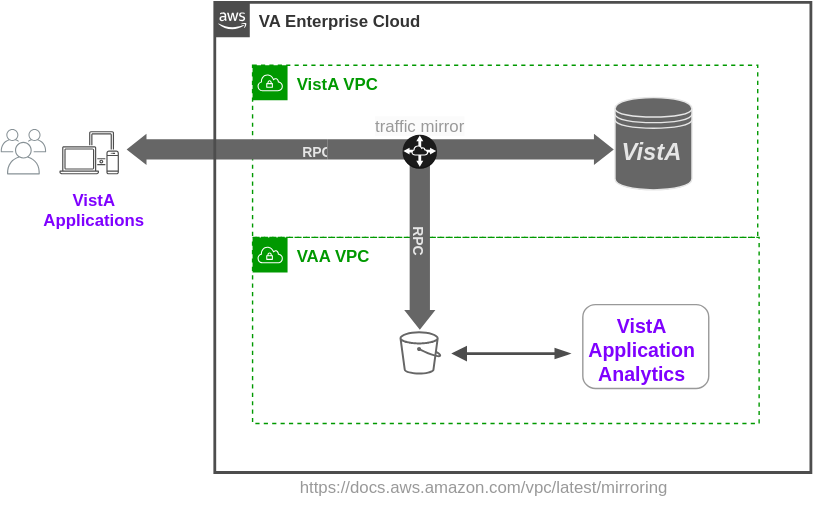
Earlier version of the draw.io export vam.svg (cloudvista/vaa). Source tidied: cells renumbered, new cells last; positions are measured from the earlier drawing's top-left corner, leaving out a move shared by most shapes.
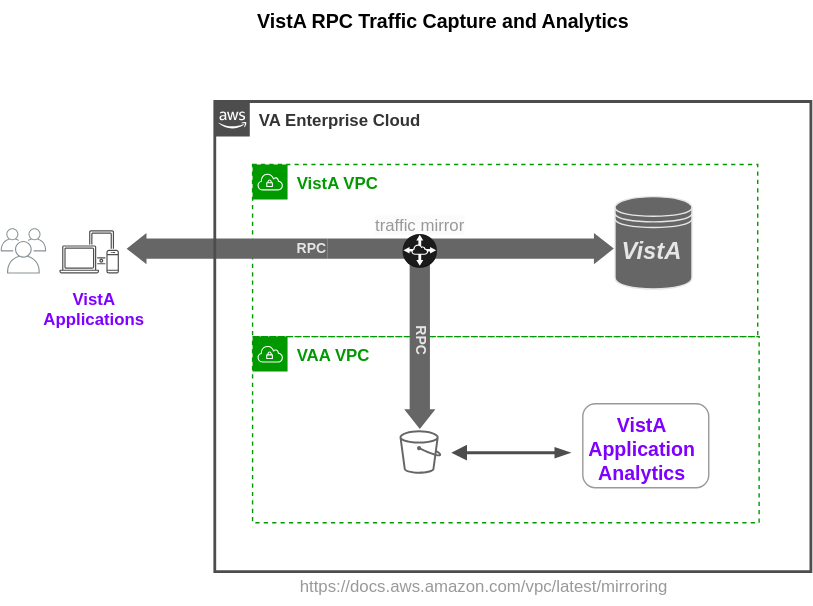
After the commit.

The edit, as a diff of the source:
```diff
@@ -33,7 +33,7 @@
       <mxGeometry x="265.8" y="75" width="71.5" height="24" as="geometry" />
     </mxCell>
     <mxCell id="12" value="&lt;b&gt;&lt;font style=&quot;font-size: 10px;&quot; color=&quot;#e6e6e6&quot;&gt;RPC&lt;/font&gt;&lt;/b&gt;" style="text;html=1;align=center;verticalAlign=middle;strokeColor=none;fillColor=none;fontSize=12;fontColor=#009900;" parent="1" vertex="1">
-      <mxGeometry x="206" y="93.5" width="39" height="26" as="geometry" />
+      <mxGeometry x="202" y="91.5" width="39" height="26" as="geometry" />
     </mxCell>
     <mxCell id="13" style="shape=datastore;whiteSpace=wrap;html=1;fontSize=10;fontColor=#7F00FF;fillColor=#666666;strokeColor=#E6E6E6;" parent="1" vertex="1">
       <mxGeometry x="439" y="68" width="55" height="66" as="geometry" />
@@ -63,7 +63,10 @@
       <mxGeometry x="287.2" y="94.6" width="24.5" height="24.2" as="geometry" />
     </mxCell>
     <mxCell id="21" value="&lt;b&gt;&lt;font style=&quot;font-size: 10px;&quot; color=&quot;#e6e6e6&quot;&gt;RPC&lt;/font&gt;&lt;/b&gt;" style="text;html=1;align=center;verticalAlign=middle;strokeColor=none;fillColor=none;fontSize=12;fontColor=#009900;rotation=90;" parent="1" vertex="1">
-      <mxGeometry x="280" y="157" width="39" height="26" as="geometry" />
+      <mxGeometry x="282" y="157" width="39" height="26" as="geometry" />
     </mxCell>
+    <mxCell id="22" value="&lt;b&gt;&lt;font style=&quot;font-size: 14px;&quot;&gt;VistA RPC Traffic Capture and Analytics&lt;/font&gt;&lt;/b&gt;" style="text;html=1;align=center;verticalAlign=middle;strokeColor=none;fillColor=none;" parent="1" vertex="1">
+      <mxGeometry x="174" y="-72" width="284" height="29" as="geometry" />
+    </mxCell>
   </root>
 </mxGraphModel>
```
